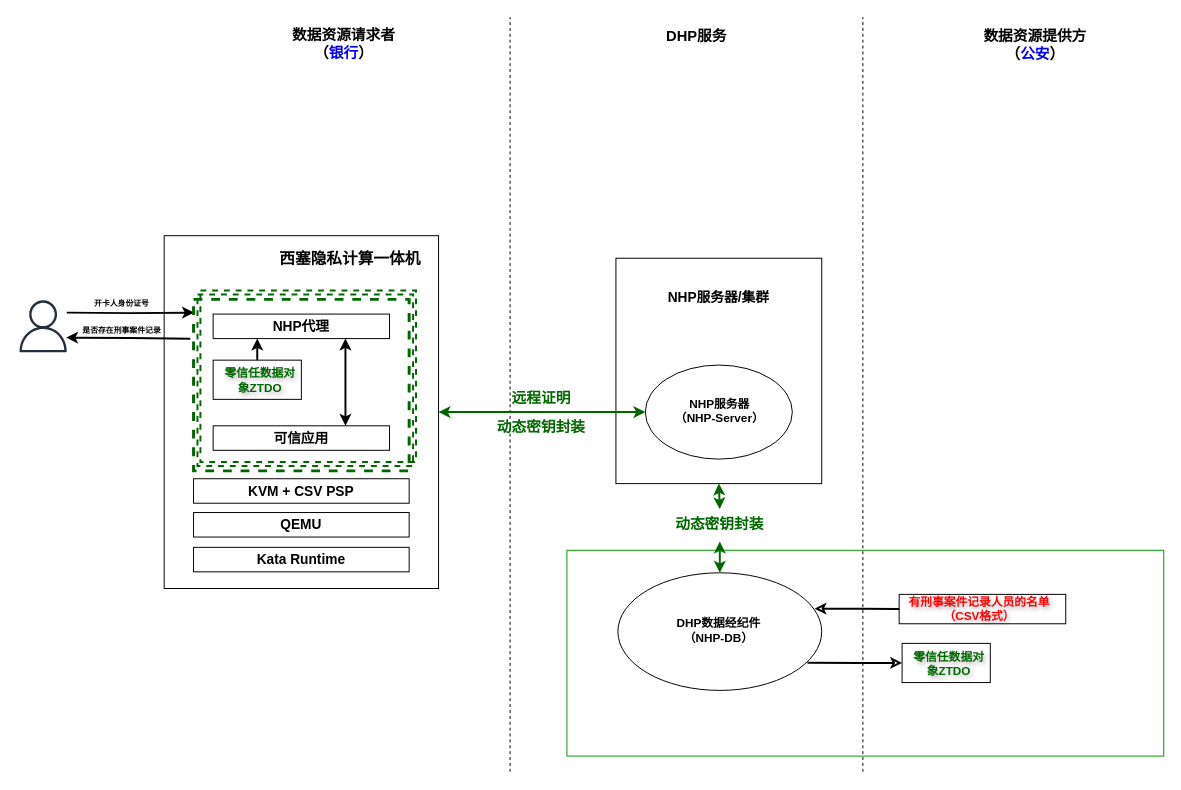
Above: page "dhp scenarios" (22 of 22) of dhp/OpenDHP.drawio in wenhulove333/opendhp (draw.io), before the change. Source tidied: cells renumbered, new cells numbered last; positions are measured from the earlier drawing's top-left corner, leaving out a move shared by most shapes. Both pictures are drawn from the tidied source at 98%, with x=0, y=0 at pixel (17, 17).
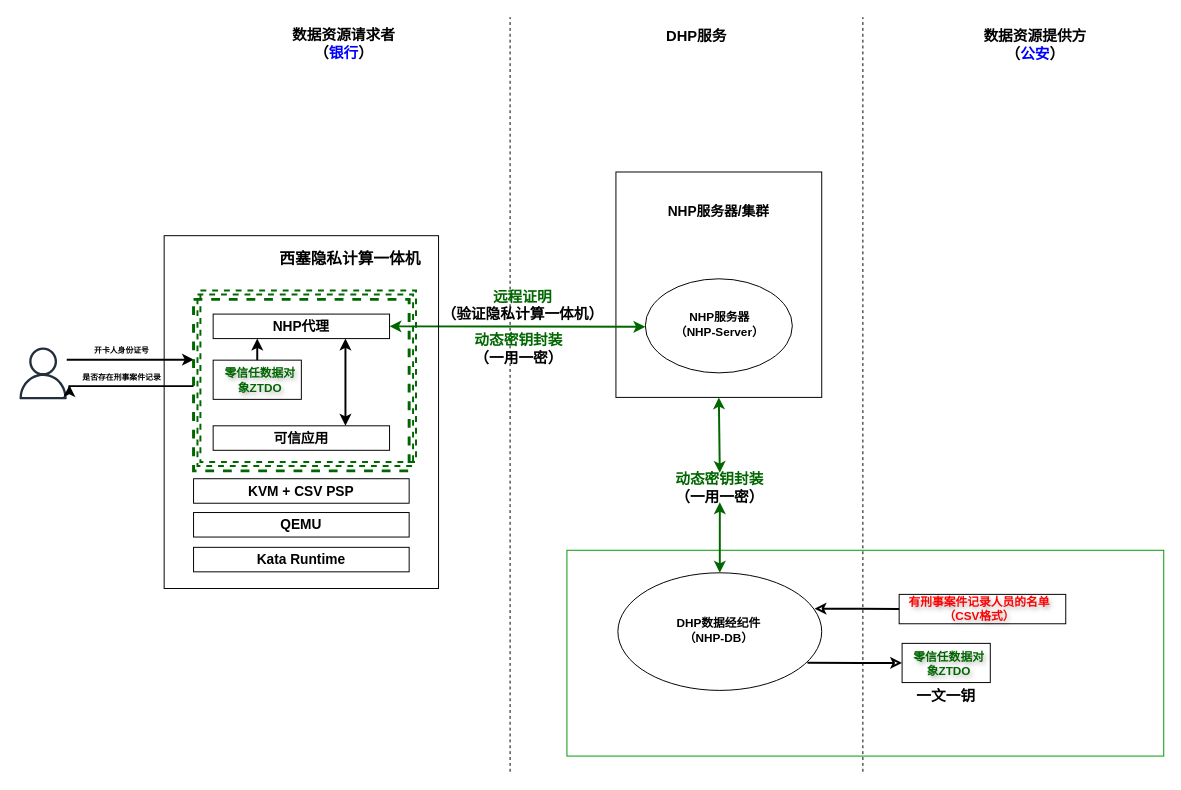
Above is the later version.

Unchanged cells that the change refers to:
```xml
<mxCell id="12" style="ellipse;whiteSpace=wrap;html=1;gradientColor=none;fillColor=none;" parent="1" vertex="1">
  <mxGeometry x="613" y="567" width="208" height="120" as="geometry" />
</mxCell>
<mxCell id="26" style="rounded=0;whiteSpace=wrap;html=1;strokeWidth=1;fillColor=none;align=center;" parent="1" vertex="1">
  <mxGeometry x="150" y="223" width="280" height="360" as="geometry" />
</mxCell>
<mxCell id="32" style="rounded=0;whiteSpace=wrap;html=1;fillColor=none;dashed=1;strokeColor=#006600;strokeWidth=3;" parent="1" vertex="1">
  <mxGeometry x="180" y="288" width="220" height="175" as="geometry" />
</mxCell>
<mxCell id="34" value="&lt;b&gt;&lt;font style=&quot;font-size: 14px;&quot;&gt;NHP代理&lt;/font&gt;&lt;/b&gt;" style="rounded=0;whiteSpace=wrap;html=1;fillColor=none;" parent="1" vertex="1">
  <mxGeometry x="200" y="303" width="180" height="25" as="geometry" />
</mxCell>
```

Change to the diagram source:
```diff
@@
     <mxCell id="4" style="rounded=0;whiteSpace=wrap;html=1;strokeWidth=1;fillColor=none;align=center;" parent="1" vertex="1">
-      <mxGeometry x="611" y="246" width="210" height="230" as="geometry" />
+      <mxGeometry x="611" y="158" width="210" height="230" as="geometry" />
     </mxCell>
     <mxCell id="5" value="&lt;b&gt;NHP服务器/集群&lt;/b&gt;" style="text;html=1;align=center;verticalAlign=middle;whiteSpace=wrap;rounded=0;fontSize=14;" parent="1" vertex="1">
-      <mxGeometry x="661" y="271" width="110" height="30" as="geometry" />
+      <mxGeometry x="661" y="183" width="110" height="30" as="geometry" />
     </mxCell>
     <mxCell id="6" style="ellipse;whiteSpace=wrap;html=1;gradientColor=none;fillColor=none;" parent="1" vertex="1">
-      <mxGeometry x="641" y="355" width="150" height="96" as="geometry" />
+      <mxGeometry x="641" y="267" width="150" height="96" as="geometry" />
     </mxCell>
     <mxCell id="7" value="&lt;b&gt;NHP服务器&lt;/b&gt;&lt;div&gt;&lt;b&gt;（NHP-Server）&lt;/b&gt;&lt;/div&gt;" style="text;html=1;align=center;verticalAlign=middle;whiteSpace=wrap;rounded=0;" parent="1" vertex="1">
-      <mxGeometry x="656.5" y="387" width="120" height="30" as="geometry" />
+      <mxGeometry x="656.5" y="299" width="120" height="30" as="geometry" />
     </mxCell>
-    <mxCell id="8" style="endArrow=classic;startArrow=classic;html=1;rounded=0;entryX=0;entryY=0.5;entryDx=0;entryDy=0;strokeWidth=2;exitX=1;exitY=0.5;exitDx=0;exitDy=0;strokeColor=#006600;" parent="1" edge="1" source="26" target="6">
-      <mxGeometry relative="1" as="geometry" />
+    <mxCell id="8" style="endArrow=classic;startArrow=classic;html=1;rounded=0;entryX=0;entryY=0.5;entryDx=0;entryDy=0;strokeWidth=2;exitX=1;exitY=0.5;exitDx=0;exitDy=0;strokeColor=#006600;" parent="1" edge="1" source="34">
+      <mxGeometry relative="1" as="geometry">
+        <mxPoint x="641" y="316" as="targetPoint" />
+      </mxGeometry>
     </mxCell>
@@
-    <mxCell id="22" style="edgeStyle=orthogonalEdgeStyle;rounded=0;jettySize=auto;html=1;entryX=0.002;entryY=0.077;entryDx=0;entryDy=0;strokeWidth=2;entryPerimeter=0;" parent="1" edge="1" target="32">
+    <mxCell id="22" style="edgeStyle=orthogonalEdgeStyle;rounded=0;orthogonalLoop=1;jettySize=auto;html=1;entryX=0.002;entryY=0.077;entryDx=0;entryDy=0;strokeWidth=2;entryPerimeter=0;" parent="1" edge="1">
       <mxGeometry relative="1" as="geometry">
-        <mxPoint x="50.6" y="301.5" as="sourcePoint" />
+        <mxPoint x="50.6" y="349.5" as="sourcePoint" />
+        <mxPoint x="180.4" y="349.5" as="targetPoint" />
       </mxGeometry>
     </mxCell>
     <mxCell id="23" style="sketch=0;fontColor=#232F3E;gradientColor=none;fillColor=#232F3D;strokeColor=none;dashed=0;verticalLabelPosition=bottom;verticalAlign=top;align=center;html=1;fontSize=12;fontStyle=0;shape=mxgraph.aws4.user;" parent="1" vertex="1">
-      <mxGeometry y="289" width="53" height="53" as="geometry" />
+      <mxGeometry y="337" width="53" height="53" as="geometry" />
     </mxCell>
@@
-    <mxCell id="35" value="&lt;font style=&quot;color: rgb(0, 102, 0);&quot;&gt;&lt;b style=&quot;&quot;&gt;远程证明&lt;/b&gt;&lt;/font&gt;" style="text;html=1;align=center;verticalAlign=middle;whiteSpace=wrap;rounded=0;fontSize=15;" parent="1" vertex="1">
-      <mxGeometry x="500" y="373" width="70" height="30" as="geometry" />
+    <mxCell id="35" value="&lt;font style=&quot;color: rgb(0, 102, 0);&quot;&gt;&lt;b style=&quot;&quot;&gt;远程证明&lt;/b&gt;&lt;/font&gt;&lt;div&gt;&lt;font&gt;&lt;b style=&quot;&quot;&gt;&lt;font style=&quot;color: rgb(0, 0, 0);&quot;&gt;（验证隐私计算一体机）&lt;/font&gt;&lt;/b&gt;&lt;/font&gt;&lt;/div&gt;" style="text;html=1;align=center;verticalAlign=middle;whiteSpace=wrap;rounded=0;fontSize=15;" parent="1" vertex="1">
+      <mxGeometry x="431" y="279" width="170" height="30" as="geometry" />
     </mxCell>
-    <mxCell id="36" value="&lt;font style=&quot;color: rgb(0, 102, 0);&quot;&gt;&lt;b style=&quot;&quot;&gt;动态密钥封装&lt;/b&gt;&lt;/font&gt;" style="text;html=1;align=center;verticalAlign=middle;whiteSpace=wrap;rounded=0;fontSize=15;" parent="1" vertex="1">
-      <mxGeometry x="485" y="403" width="100" height="30" as="geometry" />
+    <mxCell id="36" value="&lt;font style=&quot;color: rgb(0, 102, 0);&quot;&gt;&lt;b style=&quot;&quot;&gt;动态密钥封装&lt;/b&gt;&lt;/font&gt;&lt;div&gt;&lt;font&gt;&lt;b style=&quot;&quot;&gt;&lt;font style=&quot;color: rgb(0, 0, 0);&quot;&gt;（一用一密）&lt;/font&gt;&lt;/b&gt;&lt;/font&gt;&lt;/div&gt;" style="text;html=1;align=center;verticalAlign=middle;whiteSpace=wrap;rounded=0;fontSize=15;" parent="1" vertex="1">
+      <mxGeometry x="462" y="323" width="100" height="30" as="geometry" />
     </mxCell>
@@
-    <mxCell id="41" style="endArrow=classic;startArrow=classic;html=1;rounded=0;strokeWidth=2;entryX=0.5;entryY=1;entryDx=0;entryDy=0;exitX=0.5;exitY=0;exitDx=0;exitDy=0;strokeColor=#006600;" parent="1" edge="1" source="12">
-      <mxGeometry relative="1" as="geometry">
-        <mxPoint x="717" y="535" as="targetPoint" />
-      </mxGeometry>
+    <mxCell id="41" style="endArrow=classic;startArrow=classic;html=1;rounded=0;strokeWidth=2;entryX=0.5;entryY=1;entryDx=0;entryDy=0;exitX=0.5;exitY=0;exitDx=0;exitDy=0;strokeColor=#006600;" parent="1" edge="1" source="12" target="42">
+      <mxGeometry relative="1" as="geometry" />
     </mxCell>
-    <mxCell id="42" value="&lt;font style=&quot;color: rgb(0, 102, 0);&quot;&gt;&lt;b style=&quot;&quot;&gt;动态密钥封装&lt;/b&gt;&lt;/font&gt;" style="text;html=1;align=center;verticalAlign=middle;whiteSpace=wrap;rounded=0;fontSize=15;" parent="1" vertex="1">
-      <mxGeometry x="667" y="502" width="100" height="30" as="geometry" />
+    <mxCell id="42" value="&lt;font style=&quot;color: rgb(0, 102, 0);&quot;&gt;&lt;b style=&quot;&quot;&gt;动态密钥封装&lt;/b&gt;&lt;/font&gt;&lt;div&gt;&lt;font&gt;&lt;b style=&quot;&quot;&gt;&lt;font style=&quot;color: rgb(0, 0, 0);&quot;&gt;（一用一密）&lt;/font&gt;&lt;/b&gt;&lt;/font&gt;&lt;/div&gt;" style="text;html=1;align=center;verticalAlign=middle;whiteSpace=wrap;rounded=0;fontSize=15;" parent="1" vertex="1">
+      <mxGeometry x="667" y="465" width="100" height="30" as="geometry" />
     </mxCell>
     <mxCell id="43" value="&lt;b&gt;&lt;font style=&quot;font-size: 8px;&quot;&gt;开卡人身份证号&lt;/font&gt;&lt;/b&gt;" style="text;html=1;align=center;verticalAlign=middle;whiteSpace=wrap;rounded=0;" parent="1" vertex="1">
-      <mxGeometry x="62" y="276" width="90" height="30" as="geometry" />
+      <mxGeometry x="62" y="324" width="90" height="30" as="geometry" />
     </mxCell>
-    <mxCell id="44" style="edgeStyle=orthogonalEdgeStyle;rounded=0;jettySize=auto;html=1;entryX=-0.015;entryY=0.229;entryDx=0;entryDy=0;strokeWidth=2;entryPerimeter=0;startArrow=classic;startFill=1;endArrow=none;endFill=0;" parent="1" edge="1" target="32">
+    <mxCell id="44" style="edgeStyle=orthogonalEdgeStyle;rounded=0;orthogonalLoop=1;jettySize=auto;html=1;entryX=-0.015;entryY=0.229;entryDx=0;entryDy=0;strokeWidth=2;entryPerimeter=0;startArrow=classic;startFill=1;endArrow=none;endFill=0;" parent="1" edge="1">
       <mxGeometry relative="1" as="geometry">
-        <mxPoint x="50" y="327" as="sourcePoint" />
+        <mxPoint x="53.3" y="375.5" as="sourcePoint" />
+        <mxPoint x="180" y="376.5" as="targetPoint" />
+        <Array as="points">
+          <mxPoint x="53.3" y="376.5" />
+        </Array>
       </mxGeometry>
     </mxCell>
     <mxCell id="45" value="&lt;b&gt;&lt;font style=&quot;font-size: 8px;&quot;&gt;是否存在刑事案件记录&lt;/font&gt;&lt;/b&gt;" style="text;html=1;align=center;verticalAlign=middle;whiteSpace=wrap;rounded=0;" parent="1" vertex="1">
-      <mxGeometry x="62" y="304" width="90" height="30" as="geometry" />
+      <mxGeometry x="62" y="352" width="90" height="30" as="geometry" />
     </mxCell>
@@
+    <mxCell id="48" value="&lt;div&gt;&lt;font&gt;&lt;b style=&quot;&quot;&gt;&lt;font style=&quot;color: rgb(0, 0, 0);&quot;&gt;一文一钥&lt;/font&gt;&lt;/b&gt;&lt;/font&gt;&lt;/div&gt;" style="text;html=1;align=center;verticalAlign=middle;whiteSpace=wrap;rounded=0;fontSize=15;" parent="1" vertex="1">
+      <mxGeometry x="898" y="677" width="100" height="30" as="geometry" />
+    </mxCell>
```
